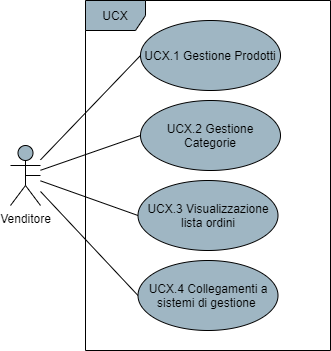
Omicron-Team/Documentazione keeps this draw.io diagram as DocumentazioneEsterna/AnalisiDeiRequisiti/res/UseCase/Immagini/MerchantDashboard.png. Above is the earlier version. Source tidied: cells renumbered, new cells last; positions are measured from the earlier drawing's top-left corner, leaving out a move shared by most shapes.
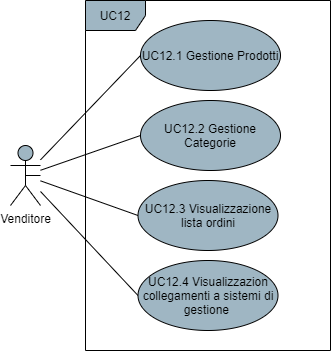
After the commit.

What changed in the source:
```diff
@@ -17,19 +17,19 @@
     <mxCell id="6" value="Venditore" style="shape=umlActor;verticalLabelPosition=bottom;verticalAlign=top;html=1;fillColor=#9FB6C3;" parent="1" vertex="1">
       <mxGeometry y="145" width="30" height="60" as="geometry" />
     </mxCell>
-    <mxCell id="7" value="UCX" style="shape=umlFrame;whiteSpace=wrap;html=1;fillColor=#9FB6C3;" parent="1" vertex="1">
+    <mxCell id="7" value="UC12" style="shape=umlFrame;whiteSpace=wrap;html=1;fillColor=#9FB6C3;" parent="1" vertex="1">
       <mxGeometry x="75" width="245" height="350" as="geometry" />
     </mxCell>
-    <mxCell id="8" value="UCX.1 Gestione Prodotti" style="ellipse;whiteSpace=wrap;html=1;fillColor=#9FB6C3;" parent="1" vertex="1">
+    <mxCell id="8" value="UC12.1 Gestione Prodotti" style="ellipse;whiteSpace=wrap;html=1;fillColor=#9FB6C3;" parent="1" vertex="1">
       <mxGeometry x="130" y="20" width="140" height="70" as="geometry" />
     </mxCell>
-    <mxCell id="9" value="UCX.2 Gestione Categorie" style="ellipse;whiteSpace=wrap;html=1;fillColor=#9FB6C3;" parent="1" vertex="1">
+    <mxCell id="9" value="UC12.2 Gestione Categorie" style="ellipse;whiteSpace=wrap;html=1;fillColor=#9FB6C3;" parent="1" vertex="1">
       <mxGeometry x="130" y="100" width="140" height="70" as="geometry" />
     </mxCell>
-    <mxCell id="10" value="UCX.3 Visualizzazione lista ordini" style="ellipse;whiteSpace=wrap;html=1;fillColor=#9FB6C3;" parent="1" vertex="1">
+    <mxCell id="10" value="UC12.3 Visualizzazione lista ordini" style="ellipse;whiteSpace=wrap;html=1;fillColor=#9FB6C3;" parent="1" vertex="1">
       <mxGeometry x="127.5" y="180" width="140" height="70" as="geometry" />
     </mxCell>
-    <mxCell id="11" value="UCX.4 Collegamenti a sistemi di gestione&amp;nbsp;" style="ellipse;whiteSpace=wrap;html=1;fillColor=#9FB6C3;" parent="1" vertex="1">
+    <mxCell id="11" value="UC12.4 Visualizzazion collegamenti a sistemi di gestione&amp;nbsp;" style="ellipse;whiteSpace=wrap;html=1;fillColor=#9FB6C3;" parent="1" vertex="1">
       <mxGeometry x="127.5" y="260" width="140" height="70" as="geometry" />
     </mxCell>
     <mxCell id="12" style="edgeStyle=none;rounded=0;orthogonalLoop=1;jettySize=auto;html=1;exitX=0.5;exitY=0.5;exitDx=0;exitDy=0;exitPerimeter=0;startArrow=none;startFill=0;endArrow=none;endFill=0;" parent="1" edge="1" source="6" target="6">
```
